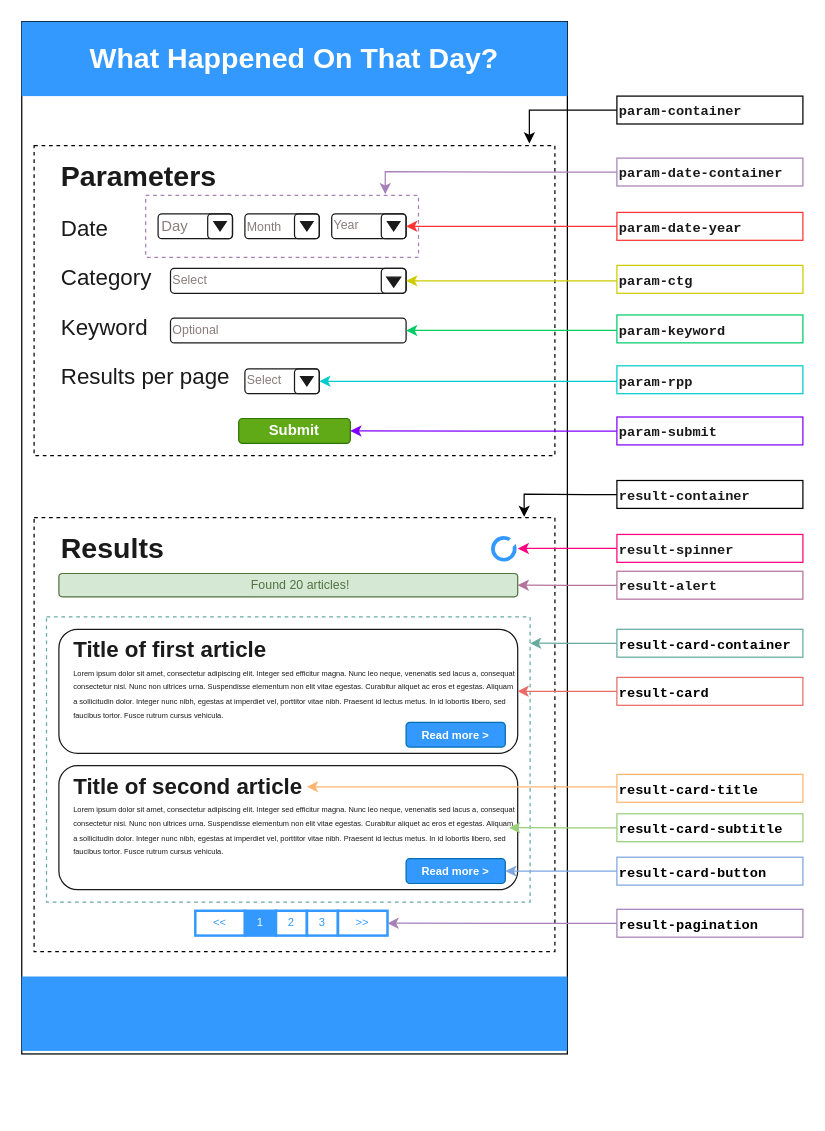
The draw.io diagram docs/drawio/homepage.drawio in itsdmd/CS201-Final, before the edit. Source tidied: cells renumbered, new cells numbered last; positions are measured from the earlier drawing's top-left corner, leaving out a move shared by most shapes. Both pictures are drawn from the tidied source at 124%, with x=0, y=0 at pixel (-222, 21).
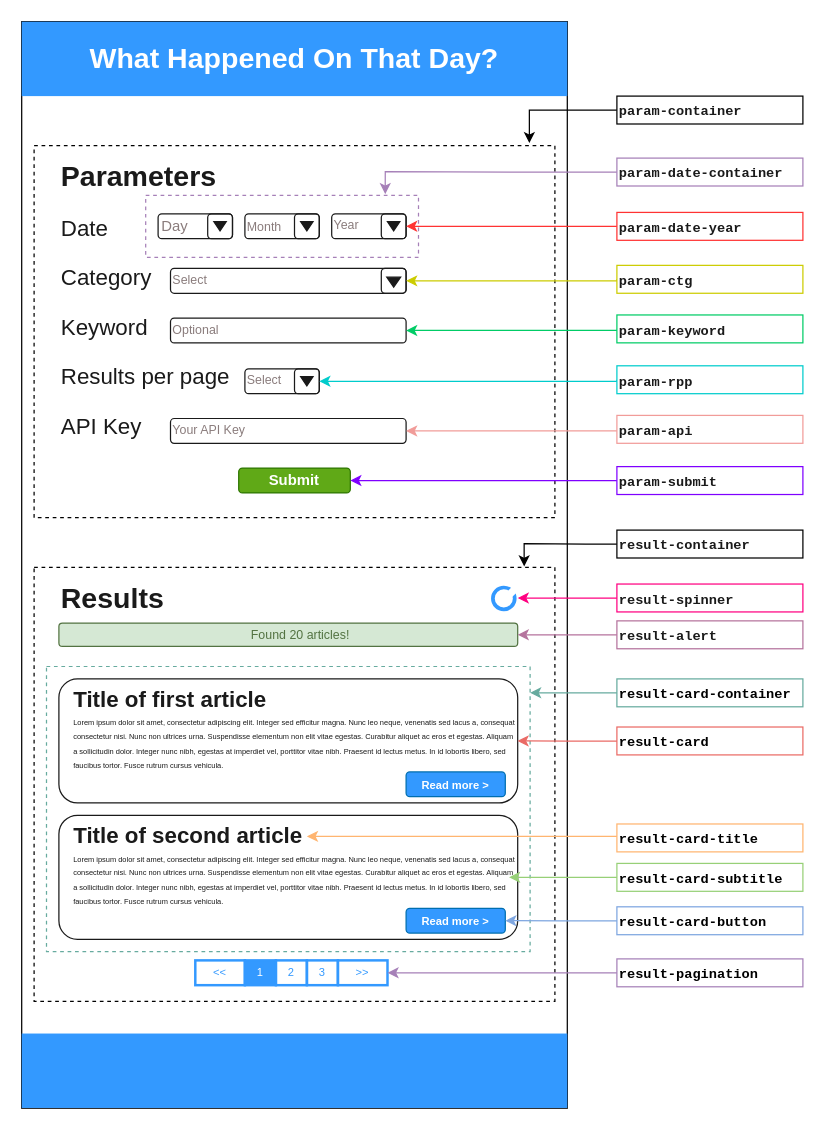
After the change.

Commit message (it also covers changes not shown here):
docs: update homepage-layout

What changed in the source:
```diff
@@
     <mxCell id="2" style="rounded=0;whiteSpace=wrap;html=1;rotation=90;fillColor=#FFFFFF;strokeColor=default;" parent="1" vertex="1">
-      <mxGeometry x="-0.2" y="196.2" width="832.5" height="440" as="geometry" />
+      <mxGeometry x="-22.1" y="218.1" width="876.2" height="440" as="geometry" />
     </mxCell>
     <mxCell id="3" style="rounded=0;whiteSpace=wrap;html=1;strokeColor=#000000;strokeWidth=1;fontFamily=Courier New;fontSize=11;fontColor=#1A1A1A;fillColor=none;dashed=1;" parent="1" vertex="1">
-      <mxGeometry x="206" y="100" width="420" height="250" as="geometry" />
+      <mxGeometry x="206" y="100" width="420" height="300" as="geometry" />
     </mxCell>
     <mxCell id="4" style="rounded=0;whiteSpace=wrap;html=1;strokeColor=#000000;strokeWidth=1;fontFamily=Courier New;fontSize=11;fontColor=#1A1A1A;fillColor=none;dashed=1;" parent="1" vertex="1">
-      <mxGeometry x="206" y="400" width="420" height="350" as="geometry" />
+      <mxGeometry x="206" y="440" width="420" height="350" as="geometry" />
     </mxCell>
     <mxCell id="5" style="rounded=0;whiteSpace=wrap;html=1;strokeColor=#67AB9F;strokeWidth=1;fontFamily=Courier New;fontSize=11;fontColor=#1A1A1A;fillColor=none;dashed=1;" parent="1" vertex="1">
-      <mxGeometry x="216" y="480" width="390" height="230" as="geometry" />
+      <mxGeometry x="216" y="520" width="390" height="230" as="geometry" />
     </mxCell>
@@
     <mxCell id="31" value="&lt;b&gt;Submit&lt;/b&gt;" style="rounded=1;whiteSpace=wrap;html=1;strokeColor=#2D7600;strokeWidth=1;fontSize=12;fontColor=#ffffff;fillColor=#60a917;" parent="1" vertex="1">
-      <mxGeometry x="371" y="320" width="90" height="20" as="geometry" />
+      <mxGeometry x="371" y="360" width="90" height="20" as="geometry" />
     </mxCell>
     <mxCell id="32" style="rounded=0;whiteSpace=wrap;html=1;fillColor=#3399FF;fontColor=#ffffff;strokeColor=none;" parent="1" vertex="1">
-      <mxGeometry x="196" y="770" width="440" height="60" as="geometry" />
+      <mxGeometry x="196" y="816" width="440" height="60" as="geometry" />
     </mxCell>
@@
     <mxCell id="43" value="&lt;font color=&quot;#1a1a1a&quot;&gt;&lt;b&gt;Results&lt;/b&gt;&lt;/font&gt;" style="text;html=1;align=left;verticalAlign=middle;whiteSpace=wrap;rounded=0;fontSize=23;" parent="1" vertex="1">
-      <mxGeometry x="226" y="410" width="90" height="30" as="geometry" />
+      <mxGeometry x="226" y="450" width="90" height="30" as="geometry" />
     </mxCell>
     <mxCell id="44" style="group;" parent="1" vertex="1">
-      <mxGeometry x="226" y="490" width="370" height="100" as="geometry" />
+      <mxGeometry x="226" y="530" width="370" height="100" as="geometry" />
     </mxCell>
@@
     <mxCell id="49" style="group;" parent="1" vertex="1">
-      <mxGeometry x="226" y="600" width="370" height="100" as="geometry" />
+      <mxGeometry x="226" y="640" width="370" height="100" as="geometry" />
     </mxCell>
@@
     <mxCell id="54" style="group;" parent="1" vertex="1">
-      <mxGeometry x="336" y="717" width="155" height="20" as="geometry" />
+      <mxGeometry x="336" y="757" width="155" height="20" as="geometry" />
     </mxCell>
@@
     <mxCell id="60" style="group;" parent="1" vertex="1">
-      <mxGeometry x="576" y="414" width="21.3" height="19.9" as="geometry" />
+      <mxGeometry x="576" y="454" width="21.3" height="19.9" as="geometry" />
     </mxCell>
@@
     <mxCell id="72" value="&lt;b style=&quot;border-color: var(--border-color);&quot;&gt;param-submit&lt;br&gt;&lt;/b&gt;" style="text;whiteSpace=wrap;html=1;fontSize=11;fontFamily=Courier New;fontColor=#1A1A1A;strokeColor=#7F00FF;fillColor=default;fontStyle=1;" parent="1" vertex="1">
-      <mxGeometry x="676" y="318.8" width="150" height="22.5" as="geometry" />
+      <mxGeometry x="676" y="358.8" width="150" height="22.5" as="geometry" />
     </mxCell>
     <mxCell id="73" style="edgeStyle=orthogonalEdgeStyle;rounded=0;jettySize=auto;html=1;strokeColor=#FF0080;fontFamily=Courier New;fontSize=11;fontColor=#1A1A1A;" parent="1" edge="1" source="74">
       <mxGeometry relative="1" as="geometry">
-        <mxPoint x="596" y="424.8" as="targetPoint" />
+        <mxPoint x="596" y="464.8" as="targetPoint" />
       </mxGeometry>
     </mxCell>
     <mxCell id="74" value="&lt;b style=&quot;border-color: var(--border-color);&quot;&gt;result-spinner&lt;br&gt;&lt;/b&gt;" style="text;whiteSpace=wrap;html=1;fontSize=11;fontFamily=Courier New;fontColor=#1A1A1A;strokeColor=#FF0080;fillColor=default;fontStyle=1;" parent="1" vertex="1">
-      <mxGeometry x="676" y="413.5" width="150" height="22.5" as="geometry" />
+      <mxGeometry x="676" y="453.5" width="150" height="22.5" as="geometry" />
     </mxCell>
     <mxCell id="75" style="edgeStyle=orthogonalEdgeStyle;rounded=0;jettySize=auto;html=1;strokeColor=#67AB9F;fontFamily=Courier New;fontSize=11;fontColor=#1A1A1A;" parent="1" edge="1" source="76">
       <mxGeometry relative="1" as="geometry">
-        <mxPoint x="606" y="501.2" as="targetPoint" />
+        <mxPoint x="606" y="541.2" as="targetPoint" />
       </mxGeometry>
     </mxCell>
     <mxCell id="76" value="&lt;b style=&quot;border-color: var(--border-color);&quot;&gt;result-card-container&lt;br&gt;&lt;/b&gt;" style="text;whiteSpace=wrap;html=1;fontSize=11;fontFamily=Courier New;fontColor=#000000;strokeColor=#67AB9F;fillColor=none;fontStyle=1;" parent="1" vertex="1">
-      <mxGeometry x="676" y="490" width="150" height="22.5" as="geometry" />
+      <mxGeometry x="676" y="530" width="150" height="22.5" as="geometry" />
     </mxCell>
     <mxCell id="77" style="edgeStyle=orthogonalEdgeStyle;rounded=0;jettySize=auto;html=1;entryX=0.974;entryY=0.261;entryDx=0;entryDy=0;entryPerimeter=0;strokeColor=#EA6B66;fontFamily=Courier New;fontSize=11;fontColor=#1A1A1A;" parent="1" edge="1" source="78">
       <mxGeometry relative="1" as="geometry">
-        <mxPoint x="595.9" y="540" as="targetPoint" />
+        <mxPoint x="595.9" y="580" as="targetPoint" />
       </mxGeometry>
     </mxCell>
     <mxCell id="78" value="&lt;b style=&quot;border-color: var(--border-color);&quot;&gt;result-card&lt;br&gt;&lt;/b&gt;" style="text;whiteSpace=wrap;html=1;fontSize=11;fontFamily=Courier New;fontColor=#000000;strokeColor=#EA6B66;fillColor=none;fontStyle=1;" parent="1" vertex="1">
-      <mxGeometry x="676" y="528.8" width="150" height="22.5" as="geometry" />
+      <mxGeometry x="676" y="568.8" width="150" height="22.5" as="geometry" />
     </mxCell>
     <mxCell id="79" style="edgeStyle=orthogonalEdgeStyle;rounded=0;jettySize=auto;html=1;strokeColor=#FFB570;fontFamily=Courier New;fontSize=11;fontColor=#1A1A1A;" parent="1" edge="1" source="80">
       <mxGeometry relative="1" as="geometry">
-        <mxPoint x="426" y="617" as="targetPoint" />
+        <mxPoint x="426" y="657" as="targetPoint" />
         <Array as="points">
-          <mxPoint x="616" y="617" />
-          <mxPoint x="616" y="617" />
+          <mxPoint x="616" y="657" />
+          <mxPoint x="616" y="657" />
         </Array>
       </mxGeometry>
     </mxCell>
     <mxCell id="80" value="&lt;b style=&quot;border-color: var(--border-color);&quot;&gt;result-card-title&lt;br&gt;&lt;/b&gt;" style="text;whiteSpace=wrap;html=1;fontSize=11;fontFamily=Courier New;fontColor=#000000;strokeColor=#FFB570;fillColor=none;fontStyle=1;" parent="1" vertex="1">
-      <mxGeometry x="676" y="607" width="150" height="22.5" as="geometry" />
+      <mxGeometry x="676" y="647" width="150" height="22.5" as="geometry" />
     </mxCell>
     <mxCell id="81" style="edgeStyle=orthogonalEdgeStyle;rounded=0;jettySize=auto;html=1;strokeColor=#97D077;fontFamily=Courier New;fontSize=11;fontColor=#1A1A1A;exitX=0;exitY=0.5;exitDx=0;exitDy=0;" parent="1" edge="1" source="82">
       <mxGeometry relative="1" as="geometry">
-        <mxPoint x="589" y="650" as="targetPoint" />
+        <mxPoint x="589" y="690" as="targetPoint" />
       </mxGeometry>
     </mxCell>
     <mxCell id="82" value="&lt;b style=&quot;border-color: var(--border-color);&quot;&gt;result-card-subtitle&lt;br&gt;&lt;/b&gt;" style="text;whiteSpace=wrap;html=1;fontSize=11;fontFamily=Courier New;fontColor=#000000;strokeColor=#97D077;fillColor=none;fontStyle=1;" parent="1" vertex="1">
-      <mxGeometry x="676" y="638.8" width="150" height="22.5" as="geometry" />
+      <mxGeometry x="676" y="678.8" width="150" height="22.5" as="geometry" />
     </mxCell>
@@
     <mxCell id="84" value="&lt;b style=&quot;border-color: var(--border-color);&quot;&gt;result-card-button&lt;br&gt;&lt;/b&gt;" style="text;whiteSpace=wrap;html=1;fontSize=11;fontFamily=Courier New;fontColor=#000000;strokeColor=#7EA6E0;fillColor=none;fontStyle=1;" parent="1" vertex="1">
-      <mxGeometry x="676" y="673.8" width="150" height="22.5" as="geometry" />
+      <mxGeometry x="676" y="713.8" width="150" height="22.5" as="geometry" />
     </mxCell>
@@
     <mxCell id="86" value="&lt;b style=&quot;border-color: var(--border-color);&quot;&gt;result-pagination&lt;br&gt;&lt;/b&gt;" style="text;whiteSpace=wrap;html=1;fontSize=11;fontFamily=Courier New;fontColor=#000000;strokeColor=#A680B8;fillColor=none;fontStyle=1;" parent="1" vertex="1">
-      <mxGeometry x="676" y="715.8" width="150" height="22.5" as="geometry" />
+      <mxGeometry x="676" y="755.8" width="150" height="22.5" as="geometry" />
     </mxCell>
     <mxCell id="87" style="group;fillColor=none;strokeColor=none;fontColor=none;noLabel=1;" parent="1" vertex="1">
-      <mxGeometry x="226" y="445" width="370" height="20" as="geometry" />
+      <mxGeometry x="226" y="485" width="370" height="20" as="geometry" />
     </mxCell>
@@
     <mxCell id="91" value="&lt;b style=&quot;border-color: var(--border-color);&quot;&gt;result-alert&lt;br&gt;&lt;/b&gt;" style="text;whiteSpace=wrap;html=1;fontSize=11;fontFamily=Courier New;fontColor=#1A1A1A;strokeColor=#B5739D;fillColor=default;fontStyle=1;" parent="1" vertex="1">
-      <mxGeometry x="676" y="443.2" width="150" height="22.5" as="geometry" />
+      <mxGeometry x="676" y="483.2" width="150" height="22.5" as="geometry" />
     </mxCell>
     <mxCell id="92" style="edgeStyle=orthogonalEdgeStyle;rounded=0;jettySize=auto;html=1;entryX=0.941;entryY=-0.002;entryDx=0;entryDy=0;entryPerimeter=0;strokeColor=#000000;fontFamily=Courier New;fontSize=11;fontColor=none;" parent="1" edge="1" source="93" target="4">
       <mxGeometry relative="1" as="geometry">
         <Array as="points">
-          <mxPoint x="651" y="381" />
-          <mxPoint x="601" y="381" />
+          <mxPoint x="651" y="421" />
+          <mxPoint x="601" y="421" />
         </Array>
       </mxGeometry>
     </mxCell>
     <mxCell id="93" value="&lt;b style=&quot;border-color: var(--border-color);&quot;&gt;result-container&lt;br&gt;&lt;/b&gt;" style="text;whiteSpace=wrap;html=1;fontSize=11;fontFamily=Courier New;fontColor=#1A1A1A;strokeColor=#000000;fillColor=default;fontStyle=1;" parent="1" vertex="1">
-      <mxGeometry x="676" y="370" width="150" height="22.5" as="geometry" />
+      <mxGeometry x="676" y="410" width="150" height="22.5" as="geometry" />
     </mxCell>
@@
+    <mxCell id="99" value="&lt;font style=&quot;font-size: 18px;&quot;&gt;API Key&lt;/font&gt;" style="text;html=1;strokeColor=none;fillColor=none;align=left;verticalAlign=middle;whiteSpace=wrap;rounded=0;fontSize=23;fontColor=#1A1A1A;" parent="1" vertex="1">
+      <mxGeometry x="226" y="310" width="140" height="30" as="geometry" />
+    </mxCell>
+    <mxCell id="100" style="rounded=1;whiteSpace=wrap;html=1;fontSize=18;fontColor=#1A1A1A;fillColor=none;strokeColor=#1A1A1A;strokeWidth=1;" parent="1" vertex="1">
+      <mxGeometry x="316" y="320" width="190" height="20" as="geometry" />
+    </mxCell>
+    <mxCell id="101" value="&lt;font color=&quot;#8a7c7c&quot; style=&quot;font-size: 10px;&quot;&gt;Your API Key&lt;/font&gt;" style="text;html=1;strokeColor=none;fillColor=none;align=left;verticalAlign=middle;whiteSpace=wrap;rounded=0;strokeWidth=1;fontSize=18;fontColor=#1A1A1A;" parent="1" vertex="1">
+      <mxGeometry x="316" y="317" width="70" height="20" as="geometry" />
+    </mxCell>
+    <mxCell id="102" style="edgeStyle=orthogonalEdgeStyle;rounded=0;jettySize=auto;html=1;entryX=1;entryY=0.5;entryDx=0;entryDy=0;strokeColor=#F19C99;" parent="1" edge="1" source="103" target="100">
+      <mxGeometry relative="1" as="geometry">
+        <Array as="points">
+          <mxPoint x="636" y="330" />
+          <mxPoint x="636" y="330" />
+        </Array>
+      </mxGeometry>
+    </mxCell>
+    <mxCell id="103" value="&lt;b style=&quot;border-color: var(--border-color);&quot;&gt;param-api&lt;br&gt;&lt;/b&gt;" style="text;whiteSpace=wrap;html=1;fontSize=11;fontFamily=Courier New;fontColor=#1A1A1A;strokeColor=#F19C99;fillColor=default;fontStyle=1;" parent="1" vertex="1">
+      <mxGeometry x="676" y="317.5" width="150" height="22.5" as="geometry" />
+    </mxCell>
```
